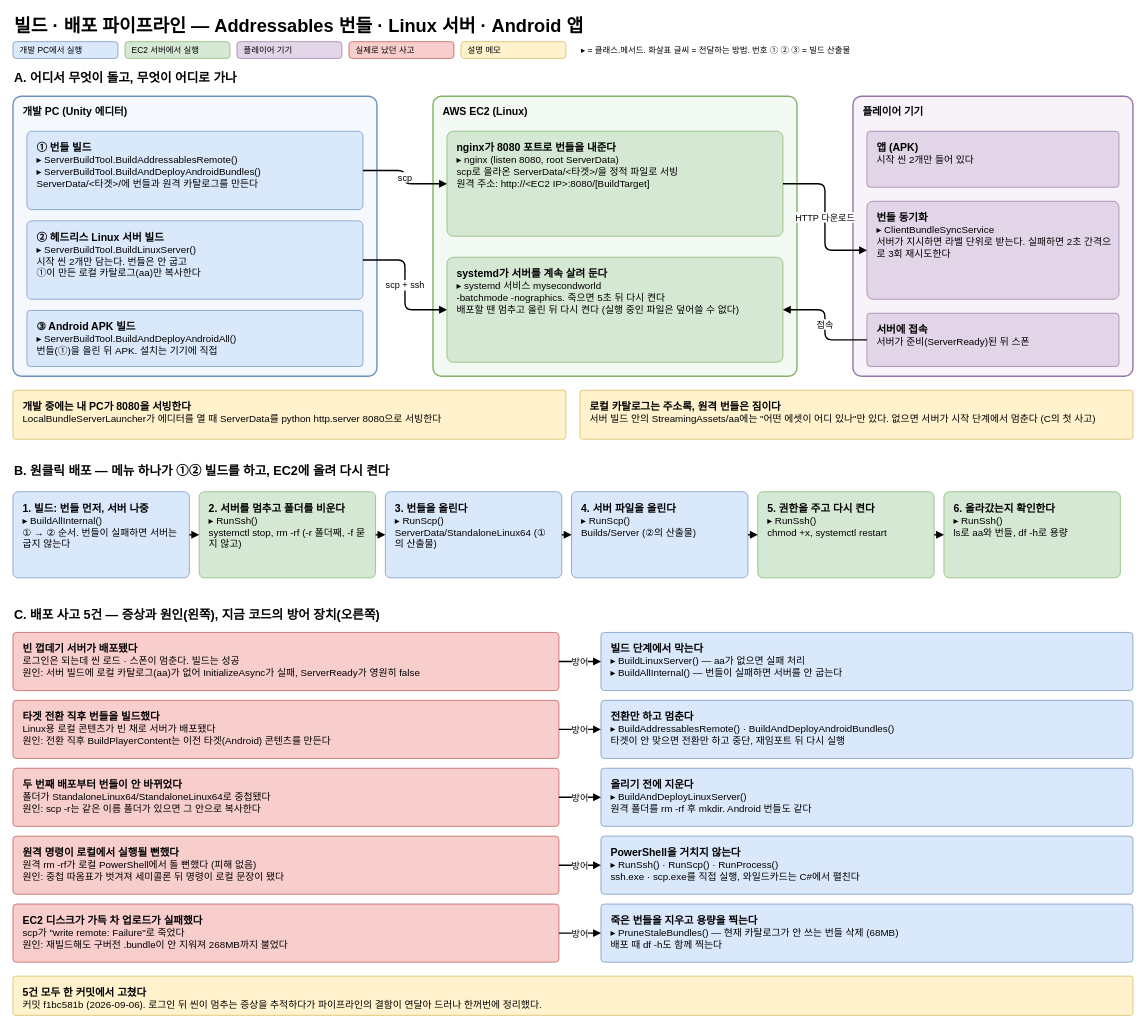
The draw.io diagram page "13. 빌드 · 배포 파이프라인" (13 of 13) of architecture.drawio in BAESOOHYUN/MySecondWorld-Architecture, before the edit. Source tidied: cells renumbered, new cells numbered last; positions are measured from the earlier drawing's top-left corner, leaving out a move shared by most shapes. Both pictures are drawn from the tidied source at 70%, with x=0, y=0 at pixel (13, 12).
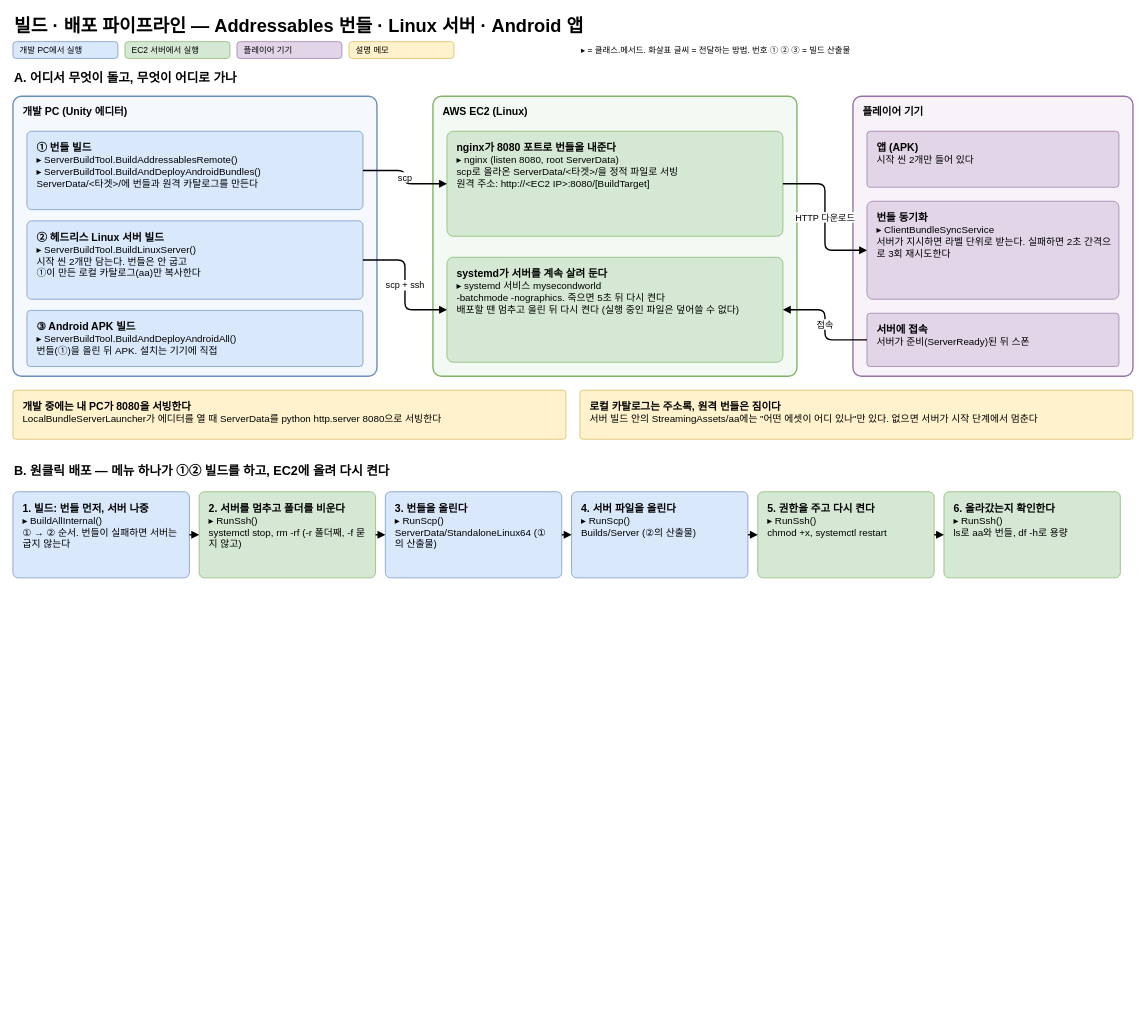
Above is the later version.

Change to the diagram source:
```diff
@@
-    <mxCell id="6" value="실제로 났던 사고" style="rounded=1;arcSize=20;whiteSpace=wrap;html=1;fillColor=#F8CECC;strokeColor=#B85450;align=left;verticalAlign=middle;spacingLeft=8;spacingRight=6;fontSize=12;" parent="1" vertex="1">
-      <mxGeometry x="480" y="42" width="150" height="24" as="geometry" />
-    </mxCell>
     <mxCell id="7" value="설명 메모" style="rounded=1;arcSize=20;whiteSpace=wrap;html=1;fillColor=#FFF2CC;strokeColor=#D6B656;align=left;verticalAlign=middle;spacingLeft=8;spacingRight=6;fontSize=12;" parent="1" vertex="1">
-      <mxGeometry x="640" y="42" width="150" height="24" as="geometry" />
+      <mxGeometry x="480" y="42" width="150" height="24" as="geometry" />
     </mxCell>
@@
-    <mxCell id="26" value="&lt;b style=&quot;font-size:15px&quot;&gt;로컬 카탈로그는 주소록, 원격 번들은 짐이다&lt;/b&gt;&lt;br&gt;&lt;span style=&quot;font-size:14px&quot;&gt;서버 빌드 안의 StreamingAssets/aa에는 &quot;어떤 에셋이 어디 있나&quot;만 있다. 없으면 서버가 시작 단계에서 멈춘다 (C의 첫 사고)&lt;/span&gt;" style="rounded=1;arcSize=6;whiteSpace=wrap;html=1;fillColor=#FFF2CC;strokeColor=#D6B656;align=left;verticalAlign=top;spacingLeft=12;spacingRight=10;spacingTop=8;spacingBottom=6;fontSize=14;" parent="1" vertex="1">
+    <mxCell id="26" value="&lt;b style=&quot;font-size:15px&quot;&gt;로컬 카탈로그는 주소록, 원격 번들은 짐이다&lt;/b&gt;&lt;br&gt;&lt;span style=&quot;font-size:14px&quot;&gt;서버 빌드 안의 StreamingAssets/aa에는 &quot;어떤 에셋이 어디 있나&quot;만 있다. 없으면 서버가 시작 단계에서 멈춘다&lt;/span&gt;" style="rounded=1;arcSize=6;whiteSpace=wrap;html=1;fillColor=#FFF2CC;strokeColor=#D6B656;align=left;verticalAlign=top;spacingLeft=12;spacingRight=10;spacingTop=8;spacingBottom=6;fontSize=14;" parent="1" vertex="1">
       <mxGeometry x="810" y="540" width="790" height="70" as="geometry" />
     </mxCell>
@@
-    <mxCell id="39" value="C. 배포 사고 5건 — 증상과 원인(왼쪽), 지금 코드의 방어 장치(오른쪽)" style="text;html=1;align=left;verticalAlign=middle;whiteSpace=wrap;fontSize=18;fontStyle=1;" parent="1" vertex="1">
-      <mxGeometry y="845" width="1560" height="31" as="geometry" />
-    </mxCell>
-    <mxCell id="40" value="&lt;b style=&quot;font-size:15px&quot;&gt;빈 껍데기 서버가 배포됐다&lt;/b&gt;&lt;br&gt;&lt;span style=&quot;font-size:14px&quot;&gt;로그인은 되는데 씬 로드 · 스폰이 멈춘다. 빌드는 성공&lt;br&gt;원인: 서버 빌드에 로컬 카탈로그(aa)가 없어 InitializeAsync가 실패, ServerReady가 영원히 false&lt;/span&gt;" style="rounded=1;arcSize=6;whiteSpace=wrap;html=1;fillColor=#F8CECC;strokeColor=#B85450;align=left;verticalAlign=top;spacingLeft=12;spacingRight=10;spacingTop=8;spacingBottom=6;fontSize=14;" parent="1" vertex="1">
-      <mxGeometry y="886" width="780" height="83" as="geometry" />
-    </mxCell>
-    <mxCell id="41" value="&lt;b style=&quot;font-size:15px&quot;&gt;빌드 단계에서 막는다&lt;/b&gt;&lt;br&gt;&lt;span style=&quot;font-size:14px&quot;&gt;▸ BuildLinuxServer() — aa가 없으면 실패 처리&lt;br&gt;▸ BuildAllInternal() — 번들이 실패하면 서버를 안 굽는다&lt;/span&gt;" style="rounded=1;arcSize=6;whiteSpace=wrap;html=1;fillColor=#DAE8FC;strokeColor=#6C8EBF;align=left;verticalAlign=top;spacingLeft=12;spacingRight=10;spacingTop=8;spacingBottom=6;fontSize=14;" parent="1" vertex="1">
-      <mxGeometry x="840" y="886" width="760" height="83" as="geometry" />
-    </mxCell>
-    <mxCell id="42" value="방어" style="edgeStyle=orthogonalEdgeStyle;rounded=1;html=1;endArrow=block;endFill=1;strokeWidth=2;fontSize=13;labelBackgroundColor=#FFFFFF;exitX=1;exitY=0.5;exitDx=0;exitDy=0;entryX=0;entryY=0.5;entryDx=0;entryDy=0;" parent="1" edge="1" source="40" target="41">
-      <mxGeometry relative="1" as="geometry" />
-    </mxCell>
-    <mxCell id="43" value="&lt;b style=&quot;font-size:15px&quot;&gt;타겟 전환 직후 번들을 빌드했다&lt;/b&gt;&lt;br&gt;&lt;span style=&quot;font-size:14px&quot;&gt;Linux용 로컬 콘텐츠가 빈 채로 서버가 배포됐다&lt;br&gt;원인: 전환 직후 BuildPlayerContent는 이전 타겟(Android) 콘텐츠를 만든다&lt;/span&gt;" style="rounded=1;arcSize=6;whiteSpace=wrap;html=1;fillColor=#F8CECC;strokeColor=#B85450;align=left;verticalAlign=top;spacingLeft=12;spacingRight=10;spacingTop=8;spacingBottom=6;fontSize=14;" parent="1" vertex="1">
-      <mxGeometry y="983" width="780" height="83" as="geometry" />
-    </mxCell>
-    <mxCell id="44" value="&lt;b style=&quot;font-size:15px&quot;&gt;전환만 하고 멈춘다&lt;/b&gt;&lt;br&gt;&lt;span style=&quot;font-size:14px&quot;&gt;▸ BuildAddressablesRemote() · BuildAndDeployAndroidBundles()&lt;br&gt;타겟이 안 맞으면 전환만 하고 중단, 재임포트 뒤 다시 실행&lt;/span&gt;" style="rounded=1;arcSize=6;whiteSpace=wrap;html=1;fillColor=#DAE8FC;strokeColor=#6C8EBF;align=left;verticalAlign=top;spacingLeft=12;spacingRight=10;spacingTop=8;spacingBottom=6;fontSize=14;" parent="1" vertex="1">
-      <mxGeometry x="840" y="983" width="760" height="83" as="geometry" />
-    </mxCell>
-    <mxCell id="45" value="방어" style="edgeStyle=orthogonalEdgeStyle;rounded=1;html=1;endArrow=block;endFill=1;strokeWidth=2;fontSize=13;labelBackgroundColor=#FFFFFF;exitX=1;exitY=0.5;exitDx=0;exitDy=0;entryX=0;entryY=0.5;entryDx=0;entryDy=0;" parent="1" edge="1" source="43" target="44">
-      <mxGeometry relative="1" as="geometry" />
-    </mxCell>
-    <mxCell id="46" value="&lt;b style=&quot;font-size:15px&quot;&gt;두 번째 배포부터 번들이 안 바뀌었다&lt;/b&gt;&lt;br&gt;&lt;span style=&quot;font-size:14px&quot;&gt;폴더가 StandaloneLinux64/StandaloneLinux64로 중첩됐다&lt;br&gt;원인: scp -r는 같은 이름 폴더가 있으면 그 안으로 복사한다&lt;/span&gt;" style="rounded=1;arcSize=6;whiteSpace=wrap;html=1;fillColor=#F8CECC;strokeColor=#B85450;align=left;verticalAlign=top;spacingLeft=12;spacingRight=10;spacingTop=8;spacingBottom=6;fontSize=14;" parent="1" vertex="1">
-      <mxGeometry y="1080" width="780" height="83" as="geometry" />
-    </mxCell>
-    <mxCell id="47" value="&lt;b style=&quot;font-size:15px&quot;&gt;올리기 전에 지운다&lt;/b&gt;&lt;br&gt;&lt;span style=&quot;font-size:14px&quot;&gt;▸ BuildAndDeployLinuxServer()&lt;br&gt;원격 폴더를 rm -rf 후 mkdir. Android 번들도 같다&lt;/span&gt;" style="rounded=1;arcSize=6;whiteSpace=wrap;html=1;fillColor=#DAE8FC;strokeColor=#6C8EBF;align=left;verticalAlign=top;spacingLeft=12;spacingRight=10;spacingTop=8;spacingBottom=6;fontSize=14;" parent="1" vertex="1">
-      <mxGeometry x="840" y="1080" width="760" height="83" as="geometry" />
-    </mxCell>
-    <mxCell id="48" value="방어" style="edgeStyle=orthogonalEdgeStyle;rounded=1;html=1;endArrow=block;endFill=1;strokeWidth=2;fontSize=13;labelBackgroundColor=#FFFFFF;exitX=1;exitY=0.5;exitDx=0;exitDy=0;entryX=0;entryY=0.5;entryDx=0;entryDy=0;" parent="1" edge="1" source="46" target="47">
-      <mxGeometry relative="1" as="geometry" />
-    </mxCell>
-    <mxCell id="49" value="&lt;b style=&quot;font-size:15px&quot;&gt;원격 명령이 로컬에서 실행될 뻔했다&lt;/b&gt;&lt;br&gt;&lt;span style=&quot;font-size:14px&quot;&gt;원격 rm -rf가 로컬 PowerShell에서 돌 뻔했다 (피해 없음)&lt;br&gt;원인: 중첩 따옴표가 벗겨져 세미콜론 뒤 명령이 로컬 문장이 됐다&lt;/span&gt;" style="rounded=1;arcSize=6;whiteSpace=wrap;html=1;fillColor=#F8CECC;strokeColor=#B85450;align=left;verticalAlign=top;spacingLeft=12;spacingRight=10;spacingTop=8;spacingBottom=6;fontSize=14;" parent="1" vertex="1">
-      <mxGeometry y="1177" width="780" height="83" as="geometry" />
-    </mxCell>
-    <mxCell id="50" value="&lt;b style=&quot;font-size:15px&quot;&gt;PowerShell을 거치지 않는다&lt;/b&gt;&lt;br&gt;&lt;span style=&quot;font-size:14px&quot;&gt;▸ RunSsh() · RunScp() · RunProcess()&lt;br&gt;ssh.exe · scp.exe를 직접 실행, 와일드카드는 C#에서 펼친다&lt;/span&gt;" style="rounded=1;arcSize=6;whiteSpace=wrap;html=1;fillColor=#DAE8FC;strokeColor=#6C8EBF;align=left;verticalAlign=top;spacingLeft=12;spacingRight=10;spacingTop=8;spacingBottom=6;fontSize=14;" parent="1" vertex="1">
-      <mxGeometry x="840" y="1177" width="760" height="83" as="geometry" />
-    </mxCell>
-    <mxCell id="51" value="방어" style="edgeStyle=orthogonalEdgeStyle;rounded=1;html=1;endArrow=block;endFill=1;strokeWidth=2;fontSize=13;labelBackgroundColor=#FFFFFF;exitX=1;exitY=0.5;exitDx=0;exitDy=0;entryX=0;entryY=0.5;entryDx=0;entryDy=0;" parent="1" edge="1" source="49" target="50">
-      <mxGeometry relative="1" as="geometry" />
-    </mxCell>
-    <mxCell id="52" value="&lt;b style=&quot;font-size:15px&quot;&gt;EC2 디스크가 가득 차 업로드가 실패했다&lt;/b&gt;&lt;br&gt;&lt;span style=&quot;font-size:14px&quot;&gt;scp가 &quot;write remote: Failure&quot;로 죽었다&lt;br&gt;원인: 재빌드해도 구버전 .bundle이 안 지워져 268MB까지 불었다&lt;/span&gt;" style="rounded=1;arcSize=6;whiteSpace=wrap;html=1;fillColor=#F8CECC;strokeColor=#B85450;align=left;verticalAlign=top;spacingLeft=12;spacingRight=10;spacingTop=8;spacingBottom=6;fontSize=14;" parent="1" vertex="1">
-      <mxGeometry y="1274" width="780" height="83" as="geometry" />
-    </mxCell>
-    <mxCell id="53" value="&lt;b style=&quot;font-size:15px&quot;&gt;죽은 번들을 지우고 용량을 찍는다&lt;/b&gt;&lt;br&gt;&lt;span style=&quot;font-size:14px&quot;&gt;▸ PruneStaleBundles() — 현재 카탈로그가 안 쓰는 번들 삭제 (68MB)&lt;br&gt;배포 때 df -h도 함께 찍는다&lt;/span&gt;" style="rounded=1;arcSize=6;whiteSpace=wrap;html=1;fillColor=#DAE8FC;strokeColor=#6C8EBF;align=left;verticalAlign=top;spacingLeft=12;spacingRight=10;spacingTop=8;spacingBottom=6;fontSize=14;" parent="1" vertex="1">
-      <mxGeometry x="840" y="1274" width="760" height="83" as="geometry" />
-    </mxCell>
-    <mxCell id="54" value="방어" style="edgeStyle=orthogonalEdgeStyle;rounded=1;html=1;endArrow=block;endFill=1;strokeWidth=2;fontSize=13;labelBackgroundColor=#FFFFFF;exitX=1;exitY=0.5;exitDx=0;exitDy=0;entryX=0;entryY=0.5;entryDx=0;entryDy=0;" parent="1" edge="1" source="52" target="53">
-      <mxGeometry relative="1" as="geometry" />
-    </mxCell>
-    <mxCell id="55" value="&lt;b style=&quot;font-size:15px&quot;&gt;5건 모두 한 커밋에서 고쳤다&lt;/b&gt;&lt;br&gt;&lt;span style=&quot;font-size:14px&quot;&gt;커밋 f1bc581b (2026-09-06). 로그인 뒤 씬이 멈추는 증상을 추적하다가 파이프라인의 결함이 연달아 드러나 한꺼번에 정리했다.&lt;/span&gt;" style="rounded=1;arcSize=6;whiteSpace=wrap;html=1;fillColor=#FFF2CC;strokeColor=#D6B656;align=left;verticalAlign=top;spacingLeft=12;spacingRight=10;spacingTop=8;spacingBottom=6;fontSize=14;" parent="1" vertex="1">
-      <mxGeometry y="1377" width="1600" height="56" as="geometry" />
-    </mxCell>
```
